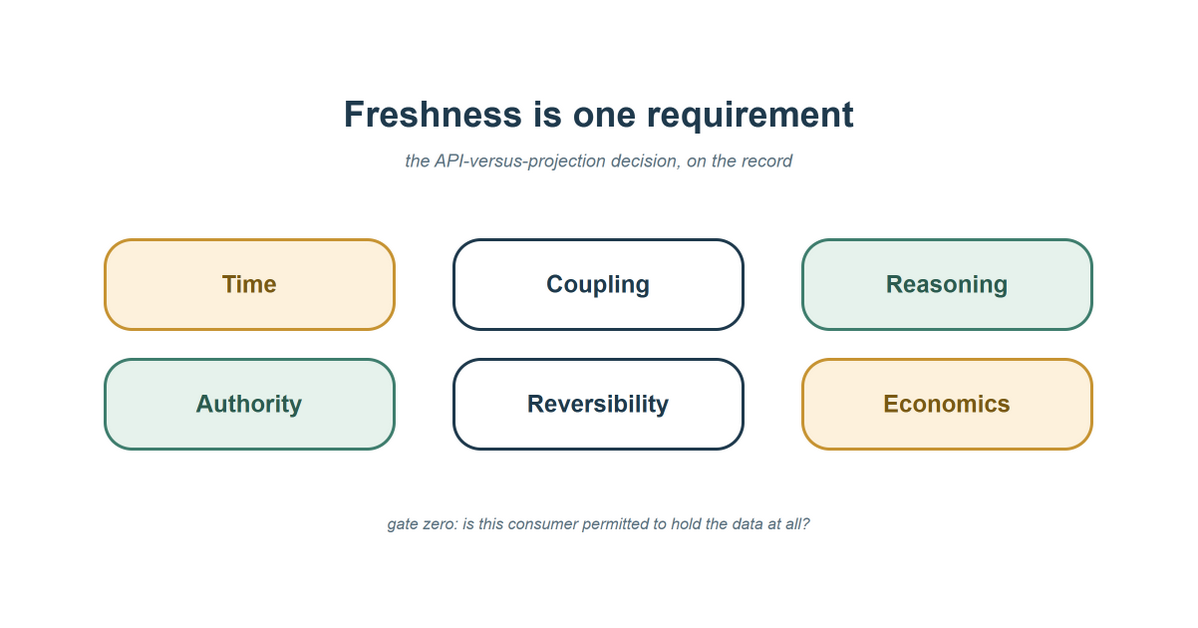
Earlier version of the draw.io export content/posts/freshness-isnt-the-only-axis/social-card.drawio.png (AlexeyEvlampiev/alexeyevlampiev.github.io). Source tidied: cells renumbered, new cells last; positions are measured from the earlier drawing's top-left corner, leaving out a move shared by most shapes. Source of this version:
```xml
<mxGraphModel>
  <root>
    <mxCell id="0" />
    <mxCell id="1" parent="0" />
    <mxCell id="2" style="rounded=0;whiteSpace=wrap;html=1;fillColor=#ffffff;strokeColor=none;" parent="1" vertex="1">
      <mxGeometry width="1200" height="628" as="geometry" />
    </mxCell>
    <mxCell id="3" value="Freshness is one requirement" style="text;html=1;fontSize=36;fontStyle=1;fontColor=#1f3a4d;align=center;verticalAlign=middle;" parent="1" vertex="1">
      <mxGeometry x="100" y="90" width="1000" height="48" as="geometry" />
    </mxCell>
    <mxCell id="4" value="the API-versus-projection decision, on the record" style="text;html=1;fontSize=18;fontStyle=2;fontColor=#5b7282;align=center;verticalAlign=middle;" parent="1" vertex="1">
      <mxGeometry x="100" y="146" width="1000" height="30" as="geometry" />
    </mxCell>
    <mxCell id="5" value="&lt;font style=&quot;font-size:24px&quot;&gt;&lt;b&gt;Time&lt;/b&gt;&lt;/font&gt;" style="rounded=1;whiteSpace=wrap;html=1;fillColor=#fdf1dc;strokeColor=#c79433;strokeWidth=3;fontColor=#7a5a14;arcSize=30;" parent="1" vertex="1">
      <mxGeometry x="105" y="240" width="290" height="90" as="geometry" />
    </mxCell>
    <mxCell id="6" value="&lt;font style=&quot;font-size:24px&quot;&gt;&lt;b&gt;Coupling&lt;/b&gt;&lt;/font&gt;" style="rounded=1;whiteSpace=wrap;html=1;fillColor=#ffffff;strokeColor=#1f3a4d;strokeWidth=3;fontColor=#1f3a4d;arcSize=30;" parent="1" vertex="1">
      <mxGeometry x="455" y="240" width="290" height="90" as="geometry" />
    </mxCell>
    <mxCell id="7" value="&lt;font style=&quot;font-size:24px&quot;&gt;&lt;b&gt;Reasoning&lt;/b&gt;&lt;/font&gt;" style="rounded=1;whiteSpace=wrap;html=1;fillColor=#e6f2ec;strokeColor=#3f7e6e;strokeWidth=3;fontColor=#2c5c50;arcSize=30;" parent="1" vertex="1">
      <mxGeometry x="805" y="240" width="290" height="90" as="geometry" />
    </mxCell>
    <mxCell id="8" value="&lt;font style=&quot;font-size:24px&quot;&gt;&lt;b&gt;Authority&lt;/b&gt;&lt;/font&gt;" style="rounded=1;whiteSpace=wrap;html=1;fillColor=#e6f2ec;strokeColor=#3f7e6e;strokeWidth=3;fontColor=#2c5c50;arcSize=30;" parent="1" vertex="1">
      <mxGeometry x="105" y="360" width="290" height="90" as="geometry" />
    </mxCell>
    <mxCell id="9" value="&lt;font style=&quot;font-size:24px&quot;&gt;&lt;b&gt;Reversibility&lt;/b&gt;&lt;/font&gt;" style="rounded=1;whiteSpace=wrap;html=1;fillColor=#ffffff;strokeColor=#1f3a4d;strokeWidth=3;fontColor=#1f3a4d;arcSize=30;" parent="1" vertex="1">
      <mxGeometry x="455" y="360" width="290" height="90" as="geometry" />
    </mxCell>
    <mxCell id="10" value="&lt;font style=&quot;font-size:24px&quot;&gt;&lt;b&gt;Economics&lt;/b&gt;&lt;/font&gt;" style="rounded=1;whiteSpace=wrap;html=1;fillColor=#fdf1dc;strokeColor=#c79433;strokeWidth=3;fontColor=#7a5a14;arcSize=30;" parent="1" vertex="1">
      <mxGeometry x="805" y="360" width="290" height="90" as="geometry" />
    </mxCell>
    <mxCell id="11" value="&lt;font style=&quot;font-size:16px&quot;&gt;&lt;i&gt;gate zero: is this consumer permitted to hold the data at all?&lt;/i&gt;&lt;/font&gt;" style="text;html=1;fontColor=#5b7282;align=center;verticalAlign=middle;" parent="1" vertex="1">
      <mxGeometry x="100" y="510" width="1000" height="30" as="geometry" />
    </mxCell>
  </root>
</mxGraphModel>
```
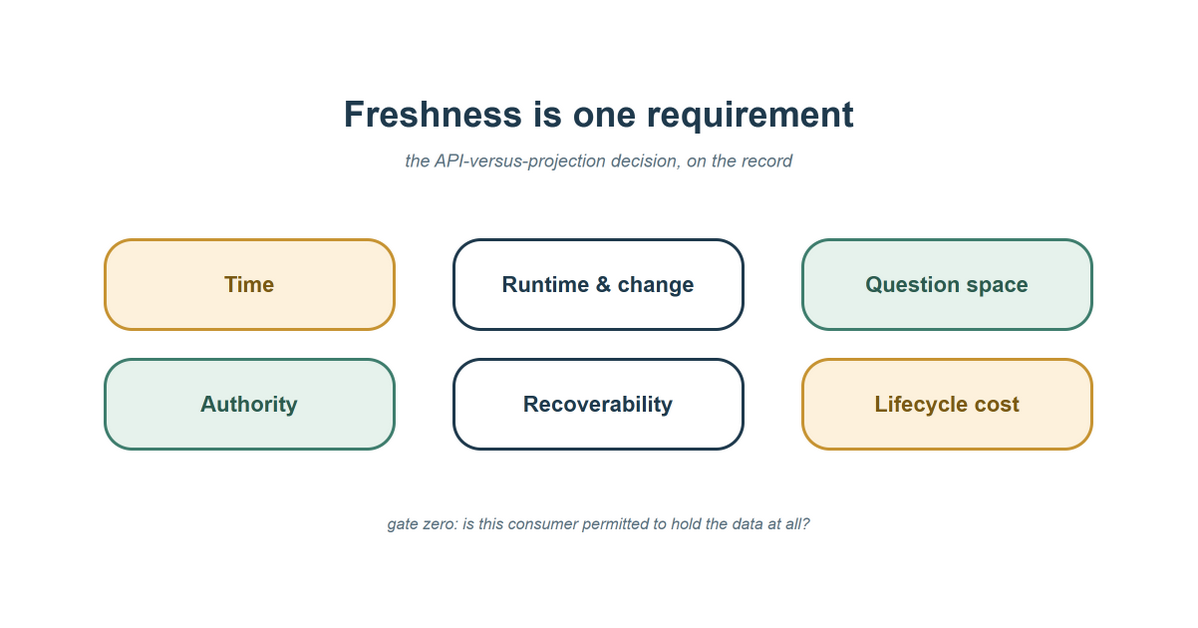
After the change.

The edit, as a diff of the source:
```diff
@@ -11,22 +11,22 @@
     <mxCell id="4" value="the API-versus-projection decision, on the record" style="text;html=1;fontSize=18;fontStyle=2;fontColor=#5b7282;align=center;verticalAlign=middle;" parent="1" vertex="1">
       <mxGeometry x="100" y="146" width="1000" height="30" as="geometry" />
     </mxCell>
-    <mxCell id="5" value="&lt;font style=&quot;font-size:24px&quot;&gt;&lt;b&gt;Time&lt;/b&gt;&lt;/font&gt;" style="rounded=1;whiteSpace=wrap;html=1;fillColor=#fdf1dc;strokeColor=#c79433;strokeWidth=3;fontColor=#7a5a14;arcSize=30;" parent="1" vertex="1">
+    <mxCell id="5" value="&lt;font style=&quot;font-size:22px&quot;&gt;&lt;b&gt;Time&lt;/b&gt;&lt;/font&gt;" style="rounded=1;whiteSpace=wrap;html=1;fillColor=#fdf1dc;strokeColor=#c79433;strokeWidth=3;fontColor=#7a5a14;arcSize=30;" parent="1" vertex="1">
       <mxGeometry x="105" y="240" width="290" height="90" as="geometry" />
     </mxCell>
-    <mxCell id="6" value="&lt;font style=&quot;font-size:24px&quot;&gt;&lt;b&gt;Coupling&lt;/b&gt;&lt;/font&gt;" style="rounded=1;whiteSpace=wrap;html=1;fillColor=#ffffff;strokeColor=#1f3a4d;strokeWidth=3;fontColor=#1f3a4d;arcSize=30;" parent="1" vertex="1">
+    <mxCell id="6" value="&lt;font style=&quot;font-size:22px&quot;&gt;&lt;b&gt;Runtime &amp;amp; change&lt;/b&gt;&lt;/font&gt;" style="rounded=1;whiteSpace=wrap;html=1;fillColor=#ffffff;strokeColor=#1f3a4d;strokeWidth=3;fontColor=#1f3a4d;arcSize=30;" parent="1" vertex="1">
       <mxGeometry x="455" y="240" width="290" height="90" as="geometry" />
     </mxCell>
-    <mxCell id="7" value="&lt;font style=&quot;font-size:24px&quot;&gt;&lt;b&gt;Reasoning&lt;/b&gt;&lt;/font&gt;" style="rounded=1;whiteSpace=wrap;html=1;fillColor=#e6f2ec;strokeColor=#3f7e6e;strokeWidth=3;fontColor=#2c5c50;arcSize=30;" parent="1" vertex="1">
+    <mxCell id="7" value="&lt;font style=&quot;font-size:22px&quot;&gt;&lt;b&gt;Question space&lt;/b&gt;&lt;/font&gt;" style="rounded=1;whiteSpace=wrap;html=1;fillColor=#e6f2ec;strokeColor=#3f7e6e;strokeWidth=3;fontColor=#2c5c50;arcSize=30;" parent="1" vertex="1">
       <mxGeometry x="805" y="240" width="290" height="90" as="geometry" />
     </mxCell>
-    <mxCell id="8" value="&lt;font style=&quot;font-size:24px&quot;&gt;&lt;b&gt;Authority&lt;/b&gt;&lt;/font&gt;" style="rounded=1;whiteSpace=wrap;html=1;fillColor=#e6f2ec;strokeColor=#3f7e6e;strokeWidth=3;fontColor=#2c5c50;arcSize=30;" parent="1" vertex="1">
+    <mxCell id="8" value="&lt;font style=&quot;font-size:22px&quot;&gt;&lt;b&gt;Authority&lt;/b&gt;&lt;/font&gt;" style="rounded=1;whiteSpace=wrap;html=1;fillColor=#e6f2ec;strokeColor=#3f7e6e;strokeWidth=3;fontColor=#2c5c50;arcSize=30;" parent="1" vertex="1">
       <mxGeometry x="105" y="360" width="290" height="90" as="geometry" />
     </mxCell>
-    <mxCell id="9" value="&lt;font style=&quot;font-size:24px&quot;&gt;&lt;b&gt;Reversibility&lt;/b&gt;&lt;/font&gt;" style="rounded=1;whiteSpace=wrap;html=1;fillColor=#ffffff;strokeColor=#1f3a4d;strokeWidth=3;fontColor=#1f3a4d;arcSize=30;" parent="1" vertex="1">
+    <mxCell id="9" value="&lt;font style=&quot;font-size:22px&quot;&gt;&lt;b&gt;Recoverability&lt;/b&gt;&lt;/font&gt;" style="rounded=1;whiteSpace=wrap;html=1;fillColor=#ffffff;strokeColor=#1f3a4d;strokeWidth=3;fontColor=#1f3a4d;arcSize=30;" parent="1" vertex="1">
       <mxGeometry x="455" y="360" width="290" height="90" as="geometry" />
     </mxCell>
-    <mxCell id="10" value="&lt;font style=&quot;font-size:24px&quot;&gt;&lt;b&gt;Economics&lt;/b&gt;&lt;/font&gt;" style="rounded=1;whiteSpace=wrap;html=1;fillColor=#fdf1dc;strokeColor=#c79433;strokeWidth=3;fontColor=#7a5a14;arcSize=30;" parent="1" vertex="1">
+    <mxCell id="10" value="&lt;font style=&quot;font-size:22px&quot;&gt;&lt;b&gt;Lifecycle cost&lt;/b&gt;&lt;/font&gt;" style="rounded=1;whiteSpace=wrap;html=1;fillColor=#fdf1dc;strokeColor=#c79433;strokeWidth=3;fontColor=#7a5a14;arcSize=30;" parent="1" vertex="1">
       <mxGeometry x="805" y="360" width="290" height="90" as="geometry" />
     </mxCell>
     <mxCell id="11" value="&lt;font style=&quot;font-size:16px&quot;&gt;&lt;i&gt;gate zero: is this consumer permitted to hold the data at all?&lt;/i&gt;&lt;/font&gt;" style="text;html=1;fontColor=#5b7282;align=center;verticalAlign=middle;" parent="1" vertex="1">
```
